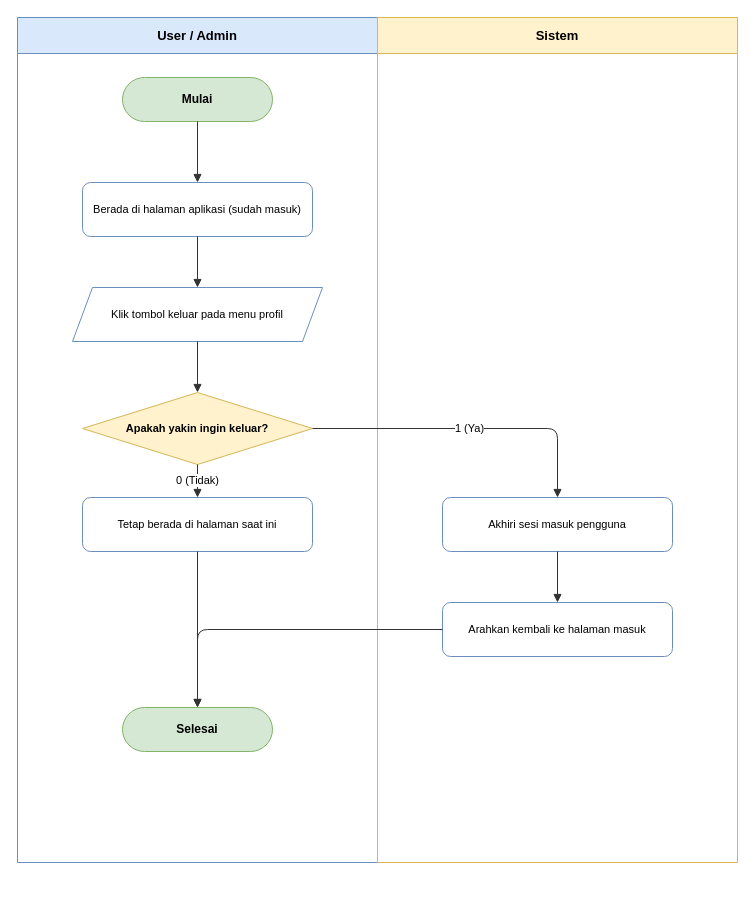
The draw.io diagram docs/diagrams/activity/activity-logout.drawio in dimstyle/ruang-baca, before the edit. Source tidied: cells renumbered, new cells numbered last; positions are measured from the earlier drawing's top-left corner, leaving out a move shared by most shapes. Both pictures are drawn from the tidied source at 100%, with x=0, y=0 at pixel (17, 17).
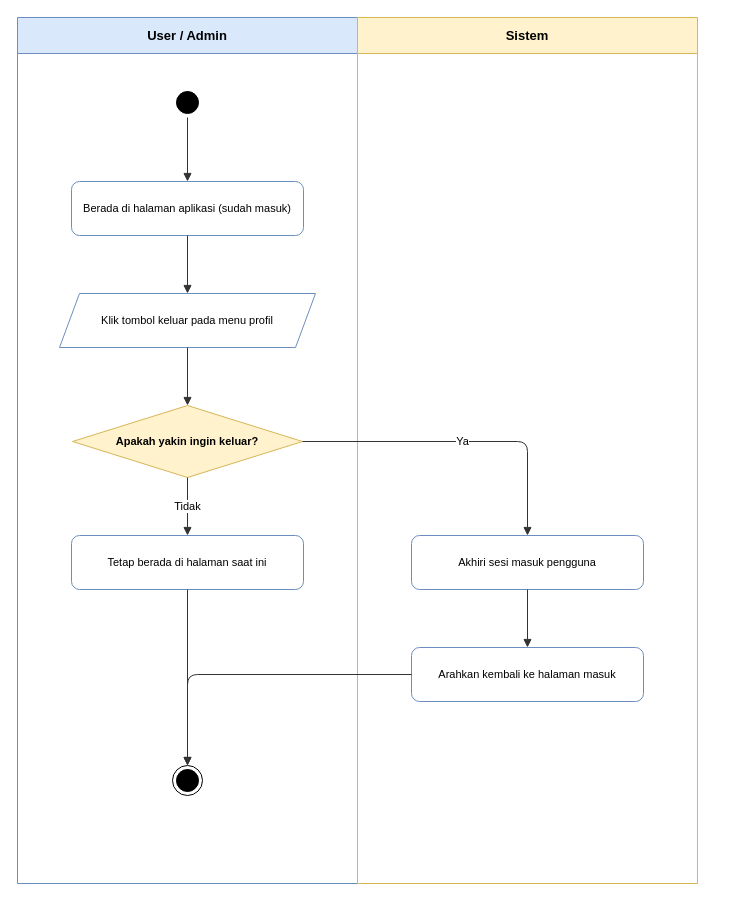
Above is the later version.

Change to the diagram source:
```diff
@@
 <mxGraphModel>
   <root>
     <mxCell id="0" />
     <mxCell id="1" parent="0" />
     <mxCell id="2" value="User / Admin" style="swimlane;whiteSpace=wrap;html=1;startSize=36;fillColor=#dae8fc;strokeColor=#6c8ebf;fontStyle=1;fontSize=13;" parent="1" vertex="1">
-      <mxGeometry width="360" height="845" as="geometry" />
+      <mxGeometry width="340" height="866" as="geometry" />
     </mxCell>
     <mxCell id="3" value="Sistem" style="swimlane;whiteSpace=wrap;html=1;startSize=36;fillColor=#fff2cc;strokeColor=#d6b656;fontStyle=1;fontSize=13;" parent="1" vertex="1">
-      <mxGeometry x="360" width="360" height="845" as="geometry" />
+      <mxGeometry x="340" width="340" height="866" as="geometry" />
     </mxCell>
-    <mxCell id="4" value="Mulai" style="rounded=1;whiteSpace=wrap;html=1;arcSize=50;fillColor=#d5e8d4;strokeColor=#82b366;fontStyle=1;fontSize=12;" parent="2" vertex="1">
-      <mxGeometry x="105" y="60" width="150" height="44" as="geometry" />
+    <mxCell id="4" style="ellipse;html=1;shape=startState;fillColor=#000000;strokeColor=#000000;" parent="2" vertex="1">
+      <mxGeometry x="155" y="70" width="30" height="30" as="geometry" />
     </mxCell>
     <mxCell id="5" value="Berada di halaman aplikasi (sudah masuk)" style="rounded=1;whiteSpace=wrap;html=1;fillColor=#ffffff;strokeColor=#6c8ebf;fontSize=11;" parent="2" vertex="1">
-      <mxGeometry x="65" y="165" width="230" height="54" as="geometry" />
+      <mxGeometry x="54" y="164" width="232" height="54" as="geometry" />
     </mxCell>
     <mxCell id="6" value="Klik tombol keluar pada menu profil" style="shape=parallelogram;perimeter=parallelogramPerimeter;whiteSpace=wrap;html=1;fixedSize=1;fillColor=#ffffff;strokeColor=#6c8ebf;fontSize=11;" parent="2" vertex="1">
-      <mxGeometry x="55" y="270" width="250" height="54" as="geometry" />
+      <mxGeometry x="42" y="276" width="256" height="54" as="geometry" />
     </mxCell>
     <mxCell id="7" value="Apakah yakin ingin keluar?" style="rhombus;whiteSpace=wrap;html=1;fillColor=#fff2cc;strokeColor=#d6b656;fontStyle=1;fontSize=11;" parent="2" vertex="1">
-      <mxGeometry x="65" y="375" width="230" height="72" as="geometry" />
+      <mxGeometry x="55" y="388" width="230" height="72" as="geometry" />
     </mxCell>
     <mxCell id="8" value="Tetap berada di halaman saat ini" style="rounded=1;whiteSpace=wrap;html=1;fillColor=#ffffff;strokeColor=#6c8ebf;fontSize=11;" parent="2" vertex="1">
-      <mxGeometry x="65" y="480" width="230" height="54" as="geometry" />
+      <mxGeometry x="54" y="518" width="232" height="54" as="geometry" />
     </mxCell>
-    <mxCell id="9" value="Selesai" style="rounded=1;whiteSpace=wrap;html=1;arcSize=50;fillColor=#d5e8d4;strokeColor=#82b366;fontStyle=1;fontSize=12;" parent="2" vertex="1">
-      <mxGeometry x="105" y="690" width="150" height="44" as="geometry" />
+    <mxCell id="9" style="ellipse;html=1;shape=endState;fillColor=#000000;strokeColor=#000000;" parent="2" vertex="1">
+      <mxGeometry x="155" y="748" width="30" height="30" as="geometry" />
     </mxCell>
     <mxCell id="10" value="Akhiri sesi masuk pengguna" style="rounded=1;whiteSpace=wrap;html=1;fillColor=#ffffff;strokeColor=#6c8ebf;fontSize=11;" parent="3" vertex="1">
-      <mxGeometry x="65" y="480" width="230" height="54" as="geometry" />
+      <mxGeometry x="54" y="518" width="232" height="54" as="geometry" />
     </mxCell>
     <mxCell id="11" value="Arahkan kembali ke halaman masuk" style="rounded=1;whiteSpace=wrap;html=1;fillColor=#ffffff;strokeColor=#6c8ebf;fontSize=11;" parent="3" vertex="1">
-      <mxGeometry x="65" y="585" width="230" height="54" as="geometry" />
+      <mxGeometry x="54" y="630" width="232" height="54" as="geometry" />
     </mxCell>
     <mxCell id="12" style="edgeStyle=orthogonalEdgeStyle;rounded=1;jettySize=auto;html=1;endArrow=block;endFill=1;strokeColor=#333333;fontSize=11;labelBackgroundColor=#ffffff;" parent="1" edge="1" source="4" target="5">
       <mxGeometry relative="1" as="geometry" />
     </mxCell>
     <mxCell id="13" style="edgeStyle=orthogonalEdgeStyle;rounded=1;jettySize=auto;html=1;endArrow=block;endFill=1;strokeColor=#333333;fontSize=11;labelBackgroundColor=#ffffff;" parent="1" edge="1" source="5" target="6">
       <mxGeometry relative="1" as="geometry" />
     </mxCell>
     <mxCell id="14" style="edgeStyle=orthogonalEdgeStyle;rounded=1;jettySize=auto;html=1;endArrow=block;endFill=1;strokeColor=#333333;fontSize=11;labelBackgroundColor=#ffffff;" parent="1" edge="1" source="6" target="7">
       <mxGeometry relative="1" as="geometry" />
     </mxCell>
-    <mxCell id="15" value="0 (Tidak)" style="edgeStyle=orthogonalEdgeStyle;rounded=1;jettySize=auto;html=1;endArrow=block;endFill=1;strokeColor=#333333;fontSize=11;labelBackgroundColor=#ffffff;" parent="1" edge="1" source="7" target="8">
+    <mxCell id="15" value="Tidak" style="edgeStyle=orthogonalEdgeStyle;rounded=1;jettySize=auto;html=1;endArrow=block;endFill=1;strokeColor=#333333;fontSize=11;labelBackgroundColor=#ffffff;" parent="1" edge="1" source="7" target="8">
       <mxGeometry relative="1" as="geometry" />
     </mxCell>
     <mxCell id="16" style="edgeStyle=orthogonalEdgeStyle;rounded=1;jettySize=auto;html=1;endArrow=block;endFill=1;strokeColor=#333333;fontSize=11;labelBackgroundColor=#ffffff;" parent="1" edge="1" source="8" target="9">
       <mxGeometry relative="1" as="geometry" />
     </mxCell>
-    <mxCell id="17" value="1 (Ya)" style="edgeStyle=orthogonalEdgeStyle;rounded=1;jettySize=auto;html=1;endArrow=block;endFill=1;strokeColor=#333333;fontSize=11;labelBackgroundColor=#ffffff;" parent="1" edge="1" source="7" target="10">
+    <mxCell id="17" value="Ya" style="edgeStyle=orthogonalEdgeStyle;rounded=1;jettySize=auto;html=1;endArrow=block;endFill=1;strokeColor=#333333;fontSize=11;labelBackgroundColor=#ffffff;" parent="1" edge="1" source="7" target="10">
       <mxGeometry relative="1" as="geometry" />
     </mxCell>
     <mxCell id="18" style="edgeStyle=orthogonalEdgeStyle;rounded=1;jettySize=auto;html=1;endArrow=block;endFill=1;strokeColor=#333333;fontSize=11;labelBackgroundColor=#ffffff;" parent="1" edge="1" source="10" target="11">
       <mxGeometry relative="1" as="geometry" />
     </mxCell>
     <mxCell id="19" style="edgeStyle=orthogonalEdgeStyle;rounded=1;jettySize=auto;html=1;endArrow=block;endFill=1;strokeColor=#333333;fontSize=11;labelBackgroundColor=#ffffff;" parent="1" edge="1" source="11" target="9">
       <mxGeometry relative="1" as="geometry" />
     </mxCell>
   </root>
 </mxGraphModel>
```
